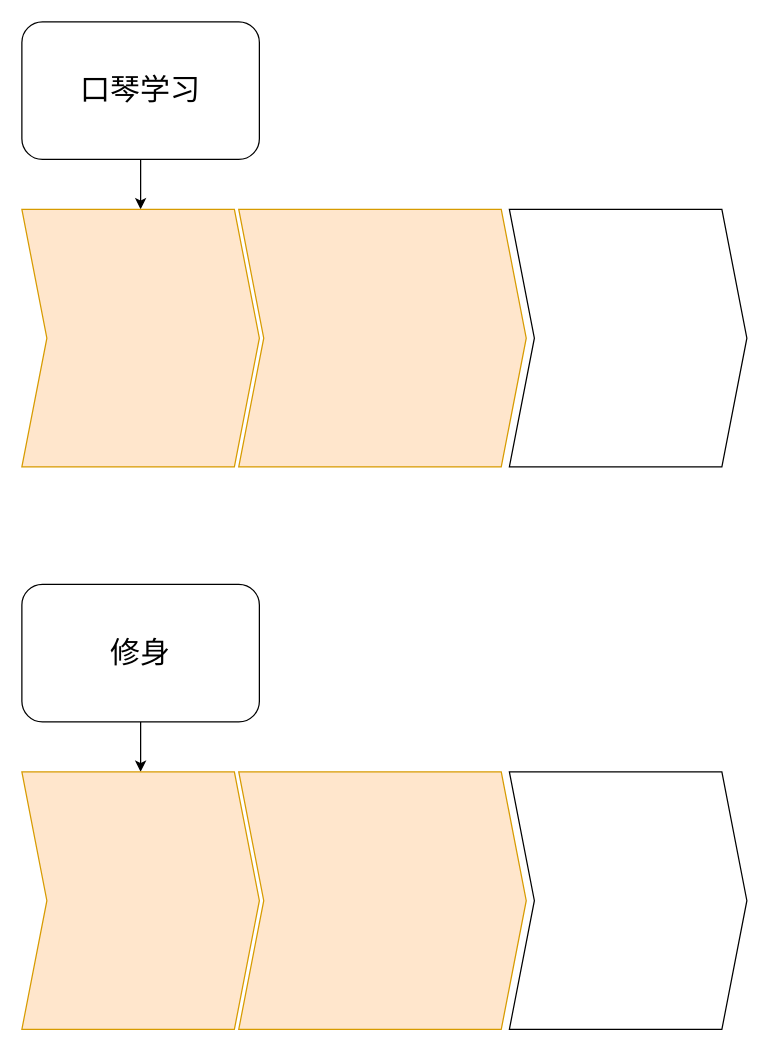
xiaoniaoyouhuajiang/ClassNotebook keeps this draw.io diagram as page "生活优化" (4 of 4) of scheduler.drawio. Above is the earlier version. Source tidied: cells renumbered, new cells numbered last; positions are measured from the earlier drawing's top-left corner, leaving out a move shared by most shapes. Both pictures are drawn from the tidied source at 125%, with x=0, y=0 at pixel (21, 21).
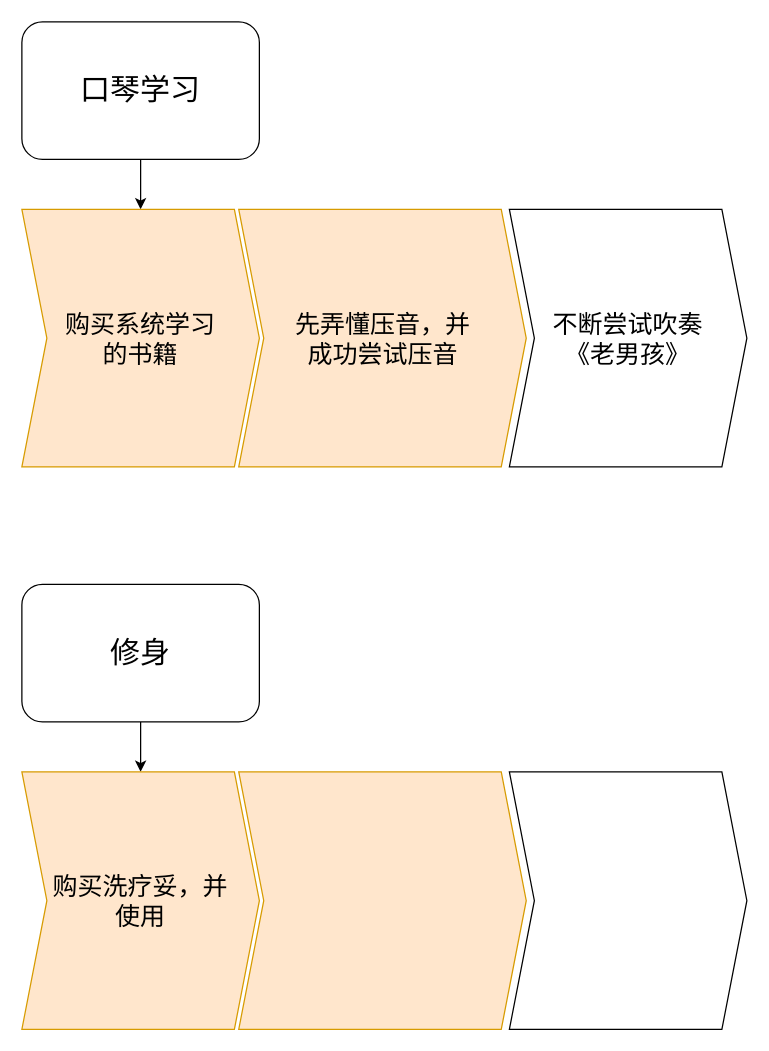
After the change.

What changed in the source:
```diff
@@
 <mxGraphModel>
   <root>
     <mxCell id="0" />
     <mxCell id="1" parent="0" />
     <mxCell id="2" style="edgeStyle=orthogonalEdgeStyle;rounded=0;jettySize=auto;html=1;" parent="1" edge="1" source="3" target="4">
       <mxGeometry relative="1" as="geometry" />
     </mxCell>
     <mxCell id="3" value="&lt;span style=&quot;font-size: 24px;&quot;&gt;口琴学习&lt;/span&gt;" style="rounded=1;whiteSpace=wrap;html=1;" parent="1" vertex="1">
       <mxGeometry width="190" height="110" as="geometry" />
     </mxCell>
-    <mxCell id="4" style="shape=step;perimeter=stepPerimeter;fixedSize=1;points=[];whiteSpace=wrap;fontSize=20;fillColor=#ffe6cc;strokeColor=#d79b00;" parent="1" vertex="1">
+    <mxCell id="4" value="购买系统学习&#10;的书籍" style="shape=step;perimeter=stepPerimeter;fixedSize=1;points=[];whiteSpace=wrap;fontSize=20;fillColor=#ffe6cc;strokeColor=#d79b00;" parent="1" vertex="1">
       <mxGeometry y="150" width="190" height="206" as="geometry" />
     </mxCell>
-    <mxCell id="5" style="shape=step;perimeter=stepPerimeter;fixedSize=1;whiteSpace=wrap;fontSize=20;fillColor=#ffe6cc;strokeColor=#d79b00;" parent="1" vertex="1">
+    <mxCell id="5" value="先弄懂压音，并&#10;成功尝试压音" style="shape=step;perimeter=stepPerimeter;fixedSize=1;whiteSpace=wrap;fontSize=20;fillColor=#ffe6cc;strokeColor=#d79b00;" parent="1" vertex="1">
       <mxGeometry x="173.5" y="150" width="230" height="206" as="geometry" />
     </mxCell>
-    <mxCell id="6" style="shape=step;perimeter=stepPerimeter;fixedSize=1;whiteSpace=wrap;fontSize=20;" parent="1" vertex="1">
+    <mxCell id="6" value="不断尝试吹奏&#10;《老男孩》" style="shape=step;perimeter=stepPerimeter;fixedSize=1;whiteSpace=wrap;fontSize=20;" parent="1" vertex="1">
       <mxGeometry x="390" y="150" width="190" height="206" as="geometry" />
     </mxCell>
     <mxCell id="7" style="edgeStyle=orthogonalEdgeStyle;rounded=0;jettySize=auto;html=1;" parent="1" edge="1" source="8" target="9">
       <mxGeometry relative="1" as="geometry" />
     </mxCell>
     <mxCell id="8" value="&lt;span style=&quot;font-size: 24px&quot;&gt;修身&lt;/span&gt;" style="rounded=1;whiteSpace=wrap;html=1;" parent="1" vertex="1">
       <mxGeometry y="450" width="190" height="110" as="geometry" />
     </mxCell>
-    <mxCell id="9" style="shape=step;perimeter=stepPerimeter;fixedSize=1;points=[];whiteSpace=wrap;fontSize=20;fillColor=#ffe6cc;strokeColor=#d79b00;" parent="1" vertex="1">
+    <mxCell id="9" value="购买洗疗妥，并&#10;使用" style="shape=step;perimeter=stepPerimeter;fixedSize=1;points=[];whiteSpace=wrap;fontSize=20;fillColor=#ffe6cc;strokeColor=#d79b00;" parent="1" vertex="1">
       <mxGeometry y="600" width="190" height="206" as="geometry" />
     </mxCell>
     <mxCell id="10" style="shape=step;perimeter=stepPerimeter;fixedSize=1;whiteSpace=wrap;fontSize=20;fillColor=#ffe6cc;strokeColor=#d79b00;" parent="1" vertex="1">
       <mxGeometry x="173.5" y="600" width="230" height="206" as="geometry" />
     </mxCell>
     <mxCell id="11" style="shape=step;perimeter=stepPerimeter;fixedSize=1;whiteSpace=wrap;fontSize=20;" parent="1" vertex="1">
       <mxGeometry x="390" y="600" width="190" height="206" as="geometry" />
     </mxCell>
   </root>
 </mxGraphModel>
```
